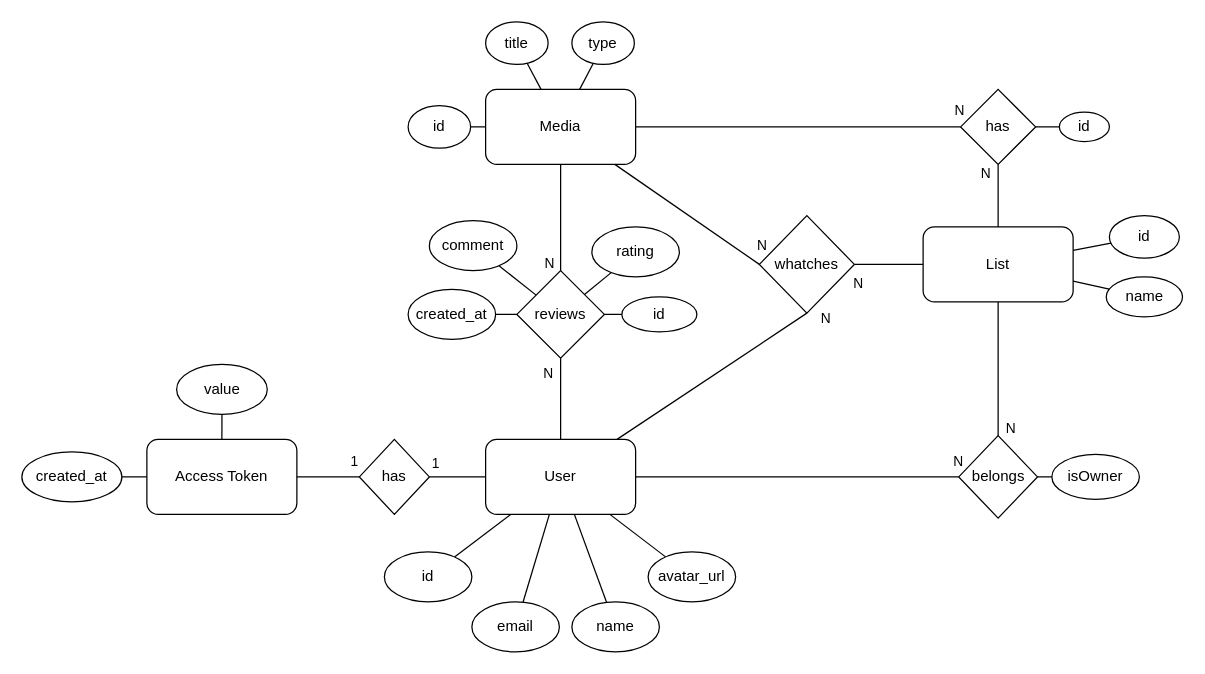
Earlier version of the draw.io diagram docs/EA_model.drawio (AndreGraca3/Rankflix). Source tidied: cells renumbered, new cells numbered last; positions are measured from the earlier drawing's top-left corner, leaving out a move shared by most shapes. Both pictures are drawn from the tidied source at 125%, with x=0, y=0 at pixel (21, 21).
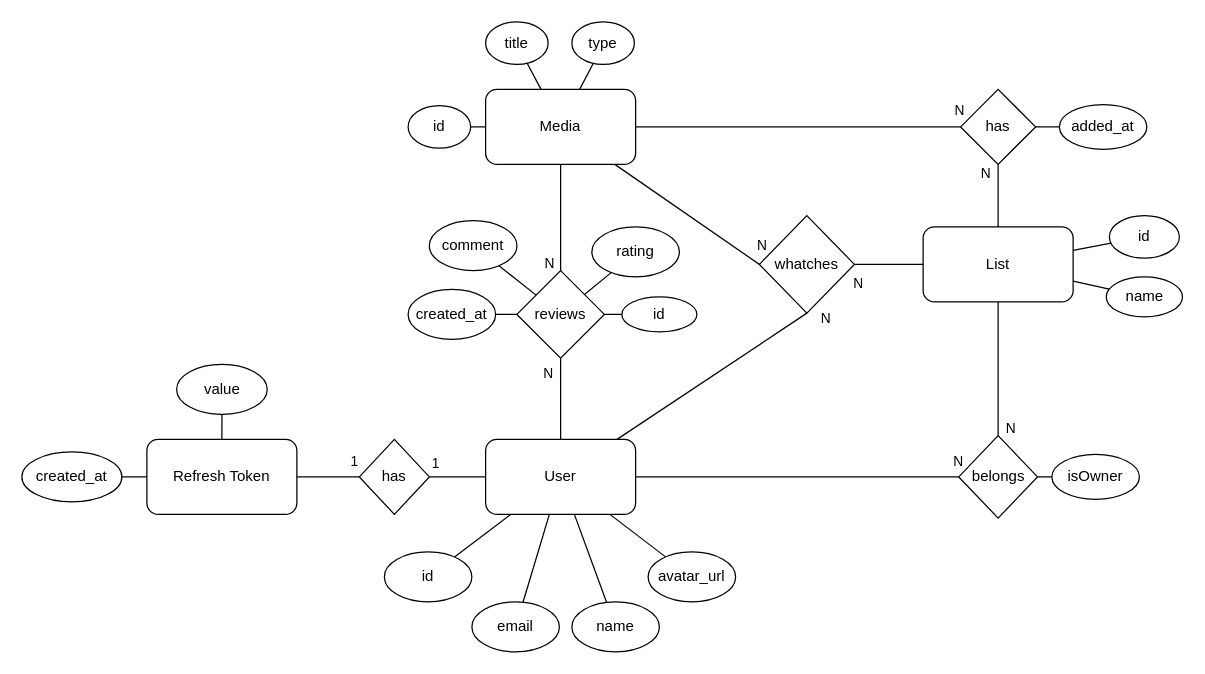
The same page after the edit.

Change to the diagram source:
```diff
@@
-    <mxCell id="21" value="Access Token" style="rounded=1;whiteSpace=wrap;html=1;" parent="1" vertex="1">
+    <mxCell id="21" value="Refresh Token" style="rounded=1;whiteSpace=wrap;html=1;" parent="1" vertex="1">
       <mxGeometry x="100" y="334" width="120" height="60" as="geometry" />
     </mxCell>
@@
-    <mxCell id="64" value="id" style="ellipse;whiteSpace=wrap;html=1;" parent="1" vertex="1">
-      <mxGeometry x="830" y="72.2" width="40" height="23.5" as="geometry" />
+    <mxCell id="64" value="added_at" style="ellipse;whiteSpace=wrap;html=1;" parent="1" vertex="1">
+      <mxGeometry x="830" y="66.1" width="70" height="35.8" as="geometry" />
     </mxCell>
```
